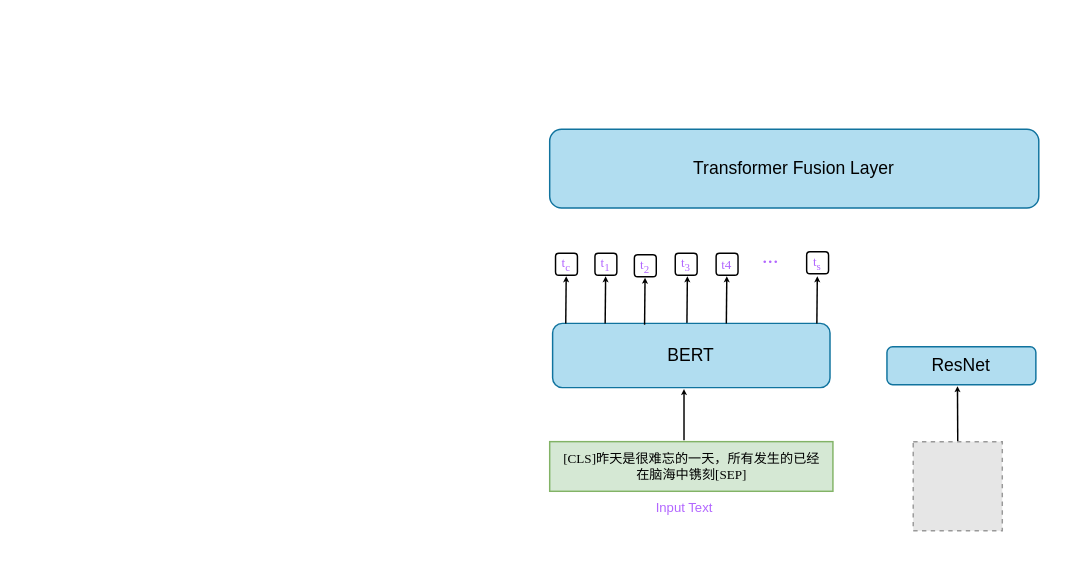
Above: 模型架构图.drawio in WindSearcher/draw_reposity (draw.io), before the change. Source tidied: cells renumbered, new cells numbered last; positions are measured from the earlier drawing's top-left corner, leaving out a move shared by most shapes. Both pictures are drawn from the tidied source at 146%, with x=0, y=0 at pixel (549, 128). Pictures stored in the file or linked from it are replaced by grey dashed boxes.
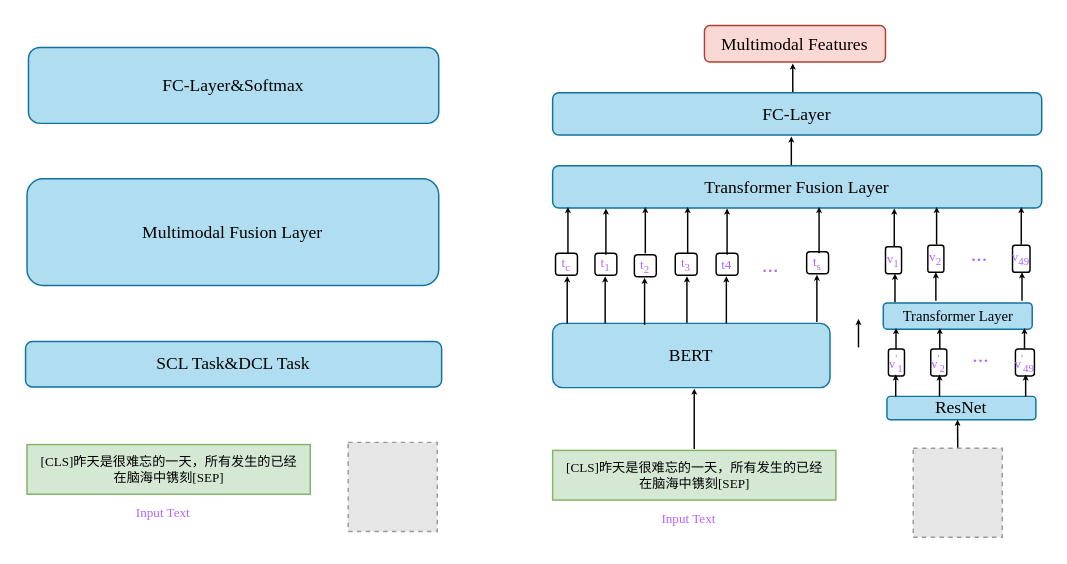
Above is the later version.

Commit message:
模型架构图.drawio

The edit, as a diff of the source:
```diff
@@
     <mxCell id="2" style="edgeStyle=orthogonalEdgeStyle;rounded=0;jumpSize=1;orthogonalLoop=1;jettySize=auto;html=1;exitX=0.5;exitY=0;exitDx=0;exitDy=0;fontFamily=Times New Roman;fontSize=15;fontColor=#B266FF;startSize=1;endSize=1;" parent="1" edge="1">
       <mxGeometry relative="1" as="geometry">
         <mxPoint x="94" y="133" as="sourcePoint" />
-        <mxPoint x="94.3" y="100.7" as="targetPoint" />
+        <mxPoint x="94" y="100.7" as="targetPoint" />
       </mxGeometry>
     </mxCell>
-    <mxCell id="3" value="BERT" style="rounded=1;whiteSpace=wrap;html=1;fillColor=#b1ddf0;strokeColor=#10739e;" parent="1" vertex="1">
+    <mxCell id="3" value="&lt;font face=&quot;Times New Roman&quot;&gt;BERT&lt;/font&gt;" style="rounded=1;whiteSpace=wrap;html=1;fillColor=#b1ddf0;strokeColor=#10739e;" parent="1" vertex="1">
       <mxGeometry x="2" y="133" width="190" height="44" as="geometry" />
     </mxCell>
-    <mxCell id="4" value="ResNet" style="rounded=1;whiteSpace=wrap;html=1;fillColor=#b1ddf0;strokeColor=#10739e;" parent="1" vertex="1">
-      <mxGeometry x="231" y="149" width="102" height="26" as="geometry" />
+    <mxCell id="4" value="&lt;font face=&quot;Times New Roman&quot;&gt;ResNet&lt;/font&gt;" style="rounded=1;whiteSpace=wrap;html=1;fillColor=#b1ddf0;strokeColor=#10739e;" parent="1" vertex="1">
+      <mxGeometry x="231" y="183" width="102" height="16" as="geometry" />
     </mxCell>
-    <mxCell id="5" style="edgeStyle=orthogonalEdgeStyle;rounded=0;orthogonalLoop=1;jettySize=auto;html=1;fontFamily=Times New Roman;fontSize=10;endSize=1;startSize=1;jumpSize=1;" parent="1" edge="1">
-      <mxGeometry relative="1" as="geometry">
-        <mxPoint x="92" y="213" as="sourcePoint" />
-        <mxPoint x="92" y="178" as="targetPoint" />
-      </mxGeometry>
-    </mxCell>
+    <mxCell id="23" style="edgeStyle=orthogonalEdgeStyle;rounded=0;jumpSize=1;orthogonalLoop=1;jettySize=auto;html=1;fontFamily=Times New Roman;fontSize=15;fontColor=#B266FF;startSize=1;endSize=1;" parent="1" edge="1">
+      <mxGeometry relative="1" as="geometry">
+        <mxPoint x="99" y="219" as="sourcePoint" />
+        <mxPoint x="99" y="177.7" as="targetPoint" />
+      </mxGeometry>
+    </mxCell>
     <mxCell id="6" value="&lt;div style=&quot;font-size: 9px;&quot;&gt;&lt;font style=&quot;font-size: 9px;&quot;&gt;[CLS]昨天是很难忘的一天，所有发生的已经&lt;/font&gt;&lt;/div&gt;&lt;div style=&quot;font-size: 9px;&quot;&gt;&lt;font style=&quot;font-size: 9px;&quot;&gt;在脑海中镌刻[SEP]&lt;/font&gt;&lt;/div&gt;" style="text;html=1;align=center;verticalAlign=middle;fillColor=#d5e8d4;strokeColor=#82b366;rounded=0;fontFamily=Times New Roman;fontSize=9;" parent="1" vertex="1">
-      <mxGeometry y="214" width="194" height="34" as="geometry" />
+      <mxGeometry x="2" y="220" width="194" height="34" as="geometry" />
     </mxCell>
-    <mxCell id="7" value="&lt;font style=&quot;font-size: 9px;&quot; color=&quot;#B266FF&quot;&gt;Input Text&lt;/font&gt;" style="text;html=1;align=center;verticalAlign=middle;fillColor=none;strokeColor=none;rounded=0;fontSize=10;" parent="1" vertex="1">
-      <mxGeometry x="62.5" y="247" width="59" height="24" as="geometry" />
+    <mxCell id="7" value="&lt;font style=&quot;font-size: 9px;&quot; face=&quot;Times New Roman&quot; color=&quot;#B266FF&quot;&gt;Input Text&lt;/font&gt;" style="text;html=1;align=center;verticalAlign=middle;fillColor=none;strokeColor=none;rounded=0;fontSize=10;" parent="1" vertex="1">
+      <mxGeometry x="67" y="254" width="55" height="24" as="geometry" />
     </mxCell>
-    <mxCell id="8" style="edgeStyle=orthogonalEdgeStyle;rounded=0;jettySize=auto;html=1;exitX=0.5;exitY=0;exitDx=0;exitDy=0;fontFamily=Times New Roman;fontSize=9;fontColor=#B266FF;endSize=1;startSize=1;jumpSize=1;" parent="1" edge="1" source="9">
-      <mxGeometry relative="1" as="geometry">
-        <mxPoint x="279.3" y="176" as="targetPoint" />
-      </mxGeometry>
-    </mxCell>
+    <mxCell id="24" style="edgeStyle=orthogonalEdgeStyle;rounded=0;jumpSize=1;jettySize=auto;html=1;exitX=0.5;exitY=0;exitDx=0;exitDy=0;fontFamily=Times New Roman;fontSize=15;fontColor=#B266FF;startSize=1;endSize=1;entryX=0.474;entryY=1;entryDx=0;entryDy=0;entryPerimeter=0;" parent="1" edge="1" source="9" target="4">
+      <mxGeometry relative="1" as="geometry" />
+    </mxCell>
     <mxCell id="9" style="fillColor=#E6E6E6;strokeColor=#999999;dashed=1;verticalLabelPosition=bottom;verticalAlign=top;fontFamily=Times New Roman;fontSize=9;fontColor=#B266FF;" parent="1" vertex="1">
-      <mxGeometry x="249" y="214" width="61" height="61" as="geometry" />
+      <mxGeometry x="249" y="218.5" width="61" height="61" as="geometry" />
     </mxCell>
@@
     <mxCell id="14" value="&lt;font style=&quot;font-size: 15px;&quot;&gt;...&lt;/font&gt;" style="text;html=1;align=center;verticalAlign=middle;fillColor=none;strokeColor=none;rounded=0;fontFamily=Times New Roman;fontSize=9;fontColor=#B266FF;" parent="1" vertex="1">
-      <mxGeometry x="136" y="71" width="29" height="30" as="geometry" />
+      <mxGeometry x="136" y="77" width="29" height="30" as="geometry" />
     </mxCell>
@@
     <mxCell id="17" style="edgeStyle=orthogonalEdgeStyle;rounded=0;jumpSize=1;orthogonalLoop=1;jettySize=auto;html=1;exitX=0.5;exitY=0;exitDx=0;exitDy=0;fontFamily=Times New Roman;fontSize=15;fontColor=#B266FF;startSize=1;endSize=1;" parent="1" edge="1">
       <mxGeometry relative="1" as="geometry">
         <mxPoint x="121" y="133" as="sourcePoint" />
-        <mxPoint x="121.3" y="100.7" as="targetPoint" />
+        <mxPoint x="121" y="100.7" as="targetPoint" />
       </mxGeometry>
     </mxCell>
     <mxCell id="18" style="edgeStyle=orthogonalEdgeStyle;rounded=0;jumpSize=1;orthogonalLoop=1;jettySize=auto;html=1;exitX=0.5;exitY=0;exitDx=0;exitDy=0;fontFamily=Times New Roman;fontSize=15;fontColor=#B266FF;startSize=1;endSize=1;" parent="1" edge="1">
       <mxGeometry relative="1" as="geometry">
-        <mxPoint x="183" y="133" as="sourcePoint" />
-        <mxPoint x="183.3" y="100.7" as="targetPoint" />
+        <mxPoint x="183" y="132" as="sourcePoint" />
+        <mxPoint x="183" y="99.7" as="targetPoint" />
       </mxGeometry>
     </mxCell>
     <mxCell id="19" style="edgeStyle=orthogonalEdgeStyle;jumpSize=1;orthogonalLoop=1;jettySize=auto;html=1;exitX=0.5;exitY=0;exitDx=0;exitDy=0;fontFamily=Times New Roman;fontSize=10;fontColor=#B266FF;startSize=1;endSize=1;rounded=0;" parent="1" edge="1">
       <mxGeometry relative="1" as="geometry">
-        <mxPoint x="11" y="133" as="sourcePoint" />
-        <mxPoint x="11.3" y="100.7" as="targetPoint" />
+        <mxPoint x="12" y="133" as="sourcePoint" />
+        <mxPoint x="12" y="100.7" as="targetPoint" />
       </mxGeometry>
     </mxCell>
     <mxCell id="20" style="edgeStyle=orthogonalEdgeStyle;rounded=0;jumpSize=1;orthogonalLoop=1;jettySize=auto;html=1;exitX=0.5;exitY=0;exitDx=0;exitDy=0;fontFamily=Times New Roman;fontSize=15;fontColor=#B266FF;startSize=1;endSize=1;" parent="1" edge="1">
       <mxGeometry relative="1" as="geometry">
         <mxPoint x="38" y="133" as="sourcePoint" />
-        <mxPoint x="38.3" y="100.7" as="targetPoint" />
+        <mxPoint x="38" y="100.7" as="targetPoint" />
       </mxGeometry>
     </mxCell>
     <mxCell id="21" style="edgeStyle=orthogonalEdgeStyle;rounded=0;jumpSize=1;orthogonalLoop=1;jettySize=auto;html=1;exitX=0.5;exitY=0;exitDx=0;exitDy=0;fontFamily=Times New Roman;fontSize=15;fontColor=#B266FF;startSize=1;endSize=1;" parent="1" edge="1">
       <mxGeometry relative="1" as="geometry">
         <mxPoint x="65" y="134" as="sourcePoint" />
-        <mxPoint x="65.3" y="101.7" as="targetPoint" />
+        <mxPoint x="65" y="101.7" as="targetPoint" />
       </mxGeometry>
     </mxCell>
-    <mxCell id="22" value="Transformer Fusion Layer" style="rounded=1;whiteSpace=wrap;html=1;fillColor=#b1ddf0;strokeColor=#10739e;" parent="1" vertex="1">
-      <mxGeometry width="335" height="54" as="geometry" />
+    <mxCell id="22" value="&lt;font face=&quot;Times New Roman&quot;&gt;Transformer Fusion Layer&lt;/font&gt;" style="rounded=1;whiteSpace=wrap;html=1;fillColor=#b1ddf0;strokeColor=#10739e;" parent="1" vertex="1">
+      <mxGeometry x="2" y="25" width="335" height="29" as="geometry" />
     </mxCell>
+    <mxCell id="25" value="&lt;div style=&quot;font-size: 10px;&quot; align=&quot;center&quot;&gt;&lt;font style=&quot;font-size: 10px;&quot; face=&quot;Times New Roman&quot;&gt;Transformer Layer&lt;/font&gt;&lt;/div&gt;" style="rounded=1;whiteSpace=wrap;html=1;fillColor=#b1ddf0;strokeColor=#10739e;align=center;" parent="1" vertex="1">
+      <mxGeometry x="228.5" y="119" width="102" height="18" as="geometry" />
+    </mxCell>
+    <mxCell id="26" value="v&lt;sup&gt;'&lt;/sup&gt;&lt;sub&gt;1&lt;/sub&gt;" style="rounded=1;whiteSpace=wrap;html=1;fontFamily=Times New Roman;fontSize=9;fontColor=#B266FF;" parent="1" vertex="1">
+      <mxGeometry x="232" y="150.5" width="11" height="18.5" as="geometry" />
+    </mxCell>
+    <mxCell id="27" value="v&lt;sup&gt;'&lt;/sup&gt;&lt;sub&gt;2&lt;/sub&gt;" style="rounded=1;whiteSpace=wrap;html=1;fontFamily=Times New Roman;fontSize=9;fontColor=#B266FF;" parent="1" vertex="1">
+      <mxGeometry x="261" y="150.5" width="11" height="18.5" as="geometry" />
+    </mxCell>
+    <mxCell id="28" value="v&lt;sup&gt;'&lt;/sup&gt;&lt;sub&gt;49&lt;/sub&gt;" style="rounded=1;whiteSpace=wrap;html=1;fontFamily=Times New Roman;fontSize=9;fontColor=#B266FF;" parent="1" vertex="1">
+      <mxGeometry x="319" y="150.5" width="13" height="18.5" as="geometry" />
+    </mxCell>
+    <mxCell id="29" value="&lt;font style=&quot;font-size: 15px;&quot;&gt;...&lt;/font&gt;" style="text;html=1;align=center;verticalAlign=middle;fillColor=none;strokeColor=none;rounded=0;fontFamily=Times New Roman;fontSize=9;fontColor=#B266FF;" parent="1" vertex="1">
+      <mxGeometry x="280" y="139" width="29" height="30" as="geometry" />
+    </mxCell>
+    <mxCell id="30" style="edgeStyle=orthogonalEdgeStyle;rounded=0;jumpSize=1;orthogonalLoop=1;jettySize=auto;html=1;fontFamily=Times New Roman;fontSize=15;fontColor=#B266FF;startSize=1;endSize=1;" parent="1" edge="1">
+      <mxGeometry relative="1" as="geometry">
+        <mxPoint x="237.2" y="150.5" as="sourcePoint" />
+        <mxPoint x="237.2" y="136.2" as="targetPoint" />
+      </mxGeometry>
+    </mxCell>
+    <mxCell id="31" style="edgeStyle=orthogonalEdgeStyle;rounded=0;jumpSize=1;orthogonalLoop=1;jettySize=auto;html=1;exitX=0.5;exitY=0;exitDx=0;exitDy=0;fontFamily=Times New Roman;fontSize=15;fontColor=#B266FF;startSize=1;endSize=1;entryX=0.474;entryY=1;entryDx=0;entryDy=0;entryPerimeter=0;" parent="1" edge="1">
+      <mxGeometry relative="1" as="geometry">
+        <mxPoint x="211.5" y="149.5" as="sourcePoint" />
+        <mxPoint x="211.5" y="130" as="targetPoint" />
+      </mxGeometry>
+    </mxCell>
+    <mxCell id="32" style="edgeStyle=orthogonalEdgeStyle;rounded=0;jumpSize=1;orthogonalLoop=1;jettySize=auto;html=1;fontFamily=Times New Roman;fontSize=15;fontColor=#B266FF;startSize=1;endSize=1;" parent="1" edge="1">
+      <mxGeometry relative="1" as="geometry">
+        <mxPoint x="237" y="183" as="sourcePoint" />
+        <mxPoint x="237" y="168" as="targetPoint" />
+      </mxGeometry>
+    </mxCell>
+    <mxCell id="33" style="edgeStyle=orthogonalEdgeStyle;rounded=0;jumpSize=1;orthogonalLoop=1;jettySize=auto;html=1;fontFamily=Times New Roman;fontSize=15;fontColor=#B266FF;startSize=1;endSize=1;" parent="1" edge="1">
+      <mxGeometry relative="1" as="geometry">
+        <mxPoint x="267" y="183" as="sourcePoint" />
+        <mxPoint x="267" y="168" as="targetPoint" />
+      </mxGeometry>
+    </mxCell>
+    <mxCell id="34" style="edgeStyle=orthogonalEdgeStyle;rounded=0;jumpSize=1;orthogonalLoop=1;jettySize=auto;html=1;fontFamily=Times New Roman;fontSize=15;fontColor=#B266FF;startSize=1;endSize=1;" parent="1" edge="1">
+      <mxGeometry relative="1" as="geometry">
+        <mxPoint x="326" y="183" as="sourcePoint" />
+        <mxPoint x="326" y="168" as="targetPoint" />
+      </mxGeometry>
+    </mxCell>
+    <mxCell id="35" style="edgeStyle=orthogonalEdgeStyle;rounded=0;jumpSize=1;orthogonalLoop=1;jettySize=auto;html=1;fontFamily=Times New Roman;fontSize=15;fontColor=#B266FF;startSize=1;endSize=1;" parent="1" edge="1">
+      <mxGeometry relative="1" as="geometry">
+        <mxPoint x="267.2" y="150.5" as="sourcePoint" />
+        <mxPoint x="267.2" y="136.2" as="targetPoint" />
+      </mxGeometry>
+    </mxCell>
+    <mxCell id="36" style="edgeStyle=orthogonalEdgeStyle;rounded=0;jumpSize=1;orthogonalLoop=1;jettySize=auto;html=1;fontFamily=Times New Roman;fontSize=15;fontColor=#B266FF;startSize=1;endSize=1;" parent="1" edge="1">
+      <mxGeometry relative="1" as="geometry">
+        <mxPoint x="325.2" y="150.5" as="sourcePoint" />
+        <mxPoint x="325.2" y="136.2" as="targetPoint" />
+      </mxGeometry>
+    </mxCell>
+    <mxCell id="37" style="edgeStyle=orthogonalEdgeStyle;rounded=0;jumpSize=1;orthogonalLoop=1;jettySize=auto;html=1;exitX=0.5;exitY=0;exitDx=0;exitDy=0;fontFamily=Times New Roman;fontSize=15;fontColor=#B266FF;startSize=1;endSize=1;entryX=0.474;entryY=1;entryDx=0;entryDy=0;entryPerimeter=0;" parent="1" edge="1">
+      <mxGeometry relative="1" as="geometry">
+        <mxPoint x="236.5" y="118.5" as="sourcePoint" />
+        <mxPoint x="236.5" y="99" as="targetPoint" />
+      </mxGeometry>
+    </mxCell>
+    <mxCell id="38" style="edgeStyle=orthogonalEdgeStyle;rounded=0;jumpSize=1;orthogonalLoop=1;jettySize=auto;html=1;exitX=0.5;exitY=0;exitDx=0;exitDy=0;fontFamily=Times New Roman;fontSize=15;fontColor=#B266FF;startSize=1;endSize=1;entryX=0.474;entryY=1;entryDx=0;entryDy=0;entryPerimeter=0;" parent="1" edge="1">
+      <mxGeometry relative="1" as="geometry">
+        <mxPoint x="264.5" y="117.5" as="sourcePoint" />
+        <mxPoint x="264.5" y="98" as="targetPoint" />
+      </mxGeometry>
+    </mxCell>
+    <mxCell id="39" style="edgeStyle=orthogonalEdgeStyle;rounded=0;jumpSize=1;orthogonalLoop=1;jettySize=auto;html=1;exitX=0.5;exitY=0;exitDx=0;exitDy=0;fontFamily=Times New Roman;fontSize=15;fontColor=#B266FF;startSize=1;endSize=1;entryX=0.474;entryY=1;entryDx=0;entryDy=0;entryPerimeter=0;" parent="1" edge="1">
+      <mxGeometry relative="1" as="geometry">
+        <mxPoint x="323.5" y="117.5" as="sourcePoint" />
+        <mxPoint x="323.5" y="98" as="targetPoint" />
+      </mxGeometry>
+    </mxCell>
+    <mxCell id="40" value="&lt;font style=&quot;font-size: 15px;&quot;&gt;...&lt;/font&gt;" style="text;html=1;align=center;verticalAlign=middle;fillColor=none;strokeColor=none;rounded=0;fontFamily=Times New Roman;fontSize=9;fontColor=#B266FF;" parent="1" vertex="1">
+      <mxGeometry x="279" y="70" width="29" height="30" as="geometry" />
+    </mxCell>
+    <mxCell id="41" value="v&lt;sub&gt;1&lt;/sub&gt;" style="rounded=1;whiteSpace=wrap;html=1;fontFamily=Times New Roman;fontSize=9;fontColor=#B266FF;" parent="1" vertex="1">
+      <mxGeometry x="230" y="80.5" width="11" height="18.5" as="geometry" />
+    </mxCell>
+    <mxCell id="42" value="v&lt;sub&gt;2&lt;/sub&gt;" style="rounded=1;whiteSpace=wrap;html=1;fontFamily=Times New Roman;fontSize=9;fontColor=#B266FF;" parent="1" vertex="1">
+      <mxGeometry x="259" y="79.5" width="11" height="18.5" as="geometry" />
+    </mxCell>
+    <mxCell id="43" value="v&lt;sub&gt;49&lt;/sub&gt;" style="rounded=1;whiteSpace=wrap;html=1;fontFamily=Times New Roman;fontSize=9;fontColor=#B266FF;" parent="1" vertex="1">
+      <mxGeometry x="317" y="79.5" width="12" height="18.5" as="geometry" />
+    </mxCell>
+    <mxCell id="44" value="&lt;font face=&quot;Times New Roman&quot;&gt;FC-Layer&lt;/font&gt;" style="rounded=1;whiteSpace=wrap;html=1;fillColor=#b1ddf0;strokeColor=#10739e;" parent="1" vertex="1">
+      <mxGeometry x="2" y="-25" width="335" height="29" as="geometry" />
+    </mxCell>
+    <mxCell id="45" value="&lt;font face=&quot;Times New Roman&quot;&gt;Multimodal Features&lt;/font&gt;" style="rounded=1;whiteSpace=wrap;html=1;fillColor=#fad9d5;strokeColor=#ae4132;" parent="1" vertex="1">
+      <mxGeometry x="106" y="-71" width="124" height="25" as="geometry" />
+    </mxCell>
+    <mxCell id="46" style="edgeStyle=orthogonalEdgeStyle;rounded=0;jumpSize=1;orthogonalLoop=1;jettySize=auto;html=1;entryX=0.028;entryY=0.977;entryDx=0;entryDy=0;entryPerimeter=0;fontFamily=Times New Roman;fontSize=10;fontColor=#B266FF;startSize=1;endSize=1;" parent="1" edge="1">
+      <mxGeometry relative="1" as="geometry">
+        <mxPoint x="12.5" y="85" as="sourcePoint" />
+        <mxPoint x="12.5" y="53.3" as="targetPoint" />
+      </mxGeometry>
+    </mxCell>
+    <mxCell id="47" style="edgeStyle=orthogonalEdgeStyle;rounded=0;jumpSize=1;orthogonalLoop=1;jettySize=auto;html=1;entryX=0.028;entryY=0.977;entryDx=0;entryDy=0;entryPerimeter=0;fontFamily=Times New Roman;fontSize=10;fontColor=#B266FF;startSize=1;endSize=1;" parent="1" edge="1">
+      <mxGeometry relative="1" as="geometry">
+        <mxPoint x="184.5" y="85" as="sourcePoint" />
+        <mxPoint x="184.5" y="53.3" as="targetPoint" />
+      </mxGeometry>
+    </mxCell>
+    <mxCell id="48" style="edgeStyle=orthogonalEdgeStyle;rounded=0;jumpSize=1;orthogonalLoop=1;jettySize=auto;html=1;entryX=0.028;entryY=0.977;entryDx=0;entryDy=0;entryPerimeter=0;fontFamily=Times New Roman;fontSize=10;fontColor=#B266FF;startSize=1;endSize=1;" parent="1" edge="1">
+      <mxGeometry relative="1" as="geometry">
+        <mxPoint x="38.5" y="86" as="sourcePoint" />
+        <mxPoint x="38.5" y="54.3" as="targetPoint" />
+      </mxGeometry>
+    </mxCell>
+    <mxCell id="49" style="edgeStyle=orthogonalEdgeStyle;rounded=0;jumpSize=1;orthogonalLoop=1;jettySize=auto;html=1;entryX=0.028;entryY=0.977;entryDx=0;entryDy=0;entryPerimeter=0;fontFamily=Times New Roman;fontSize=10;fontColor=#B266FF;startSize=1;endSize=1;" parent="1" edge="1">
+      <mxGeometry relative="1" as="geometry">
+        <mxPoint x="94.5" y="85" as="sourcePoint" />
+        <mxPoint x="94.5" y="53.3" as="targetPoint" />
+      </mxGeometry>
+    </mxCell>
+    <mxCell id="50" style="edgeStyle=orthogonalEdgeStyle;rounded=0;jumpSize=1;orthogonalLoop=1;jettySize=auto;html=1;entryX=0.028;entryY=0.977;entryDx=0;entryDy=0;entryPerimeter=0;fontFamily=Times New Roman;fontSize=10;fontColor=#B266FF;startSize=1;endSize=1;" parent="1" edge="1">
+      <mxGeometry relative="1" as="geometry">
+        <mxPoint x="121.5" y="86" as="sourcePoint" />
+        <mxPoint x="121.5" y="54.3" as="targetPoint" />
+      </mxGeometry>
+    </mxCell>
+    <mxCell id="51" style="edgeStyle=orthogonalEdgeStyle;rounded=0;jumpSize=1;orthogonalLoop=1;jettySize=auto;html=1;entryX=0.028;entryY=0.977;entryDx=0;entryDy=0;entryPerimeter=0;fontFamily=Times New Roman;fontSize=10;fontColor=#B266FF;startSize=1;endSize=1;" parent="1" edge="1">
+      <mxGeometry relative="1" as="geometry">
+        <mxPoint x="323" y="79" as="sourcePoint" />
+        <mxPoint x="323" y="53.3" as="targetPoint" />
+      </mxGeometry>
+    </mxCell>
+    <mxCell id="52" style="edgeStyle=orthogonalEdgeStyle;rounded=0;jumpSize=1;orthogonalLoop=1;jettySize=auto;html=1;entryX=0.028;entryY=0.977;entryDx=0;entryDy=0;entryPerimeter=0;fontFamily=Times New Roman;fontSize=10;fontColor=#B266FF;startSize=1;endSize=1;" parent="1" edge="1">
+      <mxGeometry relative="1" as="geometry">
+        <mxPoint x="65.5" y="85" as="sourcePoint" />
+        <mxPoint x="65.5" y="53.3" as="targetPoint" />
+      </mxGeometry>
+    </mxCell>
+    <mxCell id="53" style="edgeStyle=orthogonalEdgeStyle;rounded=0;jumpSize=1;orthogonalLoop=1;jettySize=auto;html=1;entryX=0.028;entryY=0.977;entryDx=0;entryDy=0;entryPerimeter=0;fontFamily=Times New Roman;fontSize=10;fontColor=#B266FF;startSize=1;endSize=1;" parent="1" edge="1">
+      <mxGeometry relative="1" as="geometry">
+        <mxPoint x="236" y="80" as="sourcePoint" />
+        <mxPoint x="236" y="54.3" as="targetPoint" />
+      </mxGeometry>
+    </mxCell>
+    <mxCell id="54" style="edgeStyle=orthogonalEdgeStyle;rounded=0;jumpSize=1;orthogonalLoop=1;jettySize=auto;html=1;entryX=0.028;entryY=0.977;entryDx=0;entryDy=0;entryPerimeter=0;fontFamily=Times New Roman;fontSize=10;fontColor=#B266FF;startSize=1;endSize=1;" parent="1" edge="1">
+      <mxGeometry relative="1" as="geometry">
+        <mxPoint x="265" y="79" as="sourcePoint" />
+        <mxPoint x="265" y="53.3" as="targetPoint" />
+      </mxGeometry>
+    </mxCell>
+    <mxCell id="55" style="edgeStyle=orthogonalEdgeStyle;rounded=0;jumpSize=1;orthogonalLoop=1;jettySize=auto;html=1;exitX=0.5;exitY=0;exitDx=0;exitDy=0;fontFamily=Times New Roman;fontSize=15;fontColor=#B266FF;startSize=1;endSize=1;entryX=0.474;entryY=1;entryDx=0;entryDy=0;entryPerimeter=0;" parent="1" edge="1">
+      <mxGeometry relative="1" as="geometry">
+        <mxPoint x="165.5" y="24.5" as="sourcePoint" />
+        <mxPoint x="165.5" y="5" as="targetPoint" />
+      </mxGeometry>
+    </mxCell>
+    <mxCell id="56" style="edgeStyle=orthogonalEdgeStyle;rounded=0;jumpSize=1;orthogonalLoop=1;jettySize=auto;html=1;exitX=0.5;exitY=0;exitDx=0;exitDy=0;fontFamily=Times New Roman;fontSize=15;fontColor=#B266FF;startSize=1;endSize=1;entryX=0.474;entryY=1;entryDx=0;entryDy=0;entryPerimeter=0;" parent="1" edge="1">
+      <mxGeometry relative="1" as="geometry">
+        <mxPoint x="166.5" y="-25.5" as="sourcePoint" />
+        <mxPoint x="166.5" y="-45" as="targetPoint" />
+      </mxGeometry>
+    </mxCell>
+    <mxCell id="57" value="&lt;font face=&quot;Times New Roman&quot;&gt;Multimodal Fusion Layer&lt;/font&gt;" style="rounded=1;whiteSpace=wrap;html=1;fillColor=#b1ddf0;strokeColor=#10739e;" parent="1" vertex="1">
+      <mxGeometry x="-358" y="34" width="282" height="73" as="geometry" />
+    </mxCell>
+    <mxCell id="58" value="&lt;div style=&quot;font-size: 9px;&quot;&gt;&lt;font style=&quot;font-size: 9px;&quot;&gt;[CLS]昨天是很难忘的一天，所有发生的已经&lt;/font&gt;&lt;/div&gt;&lt;div style=&quot;font-size: 9px;&quot;&gt;&lt;font style=&quot;font-size: 9px;&quot;&gt;在脑海中镌刻[SEP]&lt;/font&gt;&lt;/div&gt;" style="text;html=1;align=center;verticalAlign=middle;fillColor=#d5e8d4;strokeColor=#82b366;rounded=0;fontFamily=Times New Roman;fontSize=9;" parent="1" vertex="1">
+      <mxGeometry x="-358" y="216" width="194" height="34" as="geometry" />
+    </mxCell>
+    <mxCell id="59" value="&lt;font style=&quot;font-size: 9px;&quot; face=&quot;Times New Roman&quot; color=&quot;#B266FF&quot;&gt;Input Text&lt;/font&gt;" style="text;html=1;align=center;verticalAlign=middle;fillColor=none;strokeColor=none;rounded=0;fontSize=10;" parent="1" vertex="1">
+      <mxGeometry x="-293" y="250" width="55" height="24" as="geometry" />
+    </mxCell>
+    <mxCell id="60" style="fillColor=#E6E6E6;strokeColor=#999999;dashed=1;verticalLabelPosition=bottom;verticalAlign=top;fontFamily=Times New Roman;fontSize=9;fontColor=#B266FF;" parent="1" vertex="1">
+      <mxGeometry x="-138" y="214.5" width="61" height="61" as="geometry" />
+    </mxCell>
+    <mxCell id="61" value="&lt;font face=&quot;Times New Roman&quot;&gt;FC-Layer&amp;amp;Softmax&lt;/font&gt;" style="rounded=1;whiteSpace=wrap;html=1;fillColor=#b1ddf0;strokeColor=#10739e;" parent="1" vertex="1">
+      <mxGeometry x="-357" y="-56" width="281" height="52" as="geometry" />
+    </mxCell>
+    <mxCell id="62" value="&lt;font face=&quot;Times New Roman&quot;&gt;SCL Task&amp;amp;DCL Task&lt;br&gt;&lt;/font&gt;" style="rounded=1;whiteSpace=wrap;html=1;fillColor=#b1ddf0;strokeColor=#10739e;" parent="1" vertex="1">
+      <mxGeometry x="-359" y="145.4" width="285" height="31.2" as="geometry" />
+    </mxCell>
```
